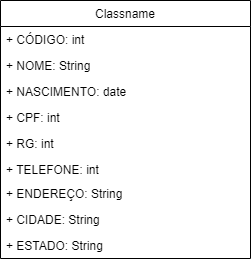
Above: Untitled Diagram.drawio.png in joao100101/Engenharia-De-Software (draw.io), before the change. Source tidied: cells renumbered, new cells last; positions are measured from the earlier drawing's top-left corner, leaving out a move shared by most shapes.
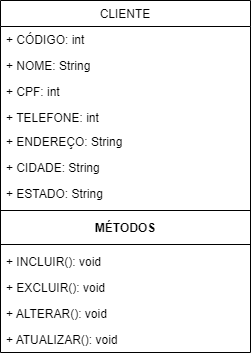
The same diagram one commit later.

Commit message:
Diagrama de Classe

What changed in the source:
```diff
@@ -2,8 +2,8 @@
   <root>
     <mxCell id="0" />
     <mxCell id="1" parent="0" />
-    <mxCell id="2" value="Classname" style="swimlane;fontStyle=0;horizontal=1;startSize=26;fillColor=none;" parent="1" vertex="1">
-      <mxGeometry width="250" height="258" as="geometry" />
+    <mxCell id="2" value="CLIENTE" style="swimlane;fontStyle=0;horizontal=1;startSize=26;fillColor=none;" parent="1" vertex="1">
+      <mxGeometry width="250" height="352" as="geometry" />
     </mxCell>
     <mxCell id="3" value="+ CÓDIGO: int" style="text;strokeColor=none;fillColor=none;align=left;verticalAlign=top;spacingLeft=4;spacingRight=4;overflow=hidden;" parent="2" vertex="1">
       <mxGeometry y="26" width="250" height="26" as="geometry" />
@@ -11,26 +11,41 @@
     <mxCell id="4" value="+ NOME: String" style="text;strokeColor=none;fillColor=none;align=left;verticalAlign=top;spacingLeft=4;spacingRight=4;overflow=hidden;" parent="2" vertex="1">
       <mxGeometry y="52" width="250" height="26" as="geometry" />
     </mxCell>
-    <mxCell id="5" value="+ NASCIMENTO: date" style="text;strokeColor=none;fillColor=none;align=left;verticalAlign=top;spacingLeft=4;spacingRight=4;overflow=hidden;" parent="2" vertex="1">
-      <mxGeometry y="78" width="250" height="26" as="geometry" />
-    </mxCell>
     <mxCell id="6" value="+ CPF: int" style="text;strokeColor=none;fillColor=none;align=left;verticalAlign=top;spacingLeft=4;spacingRight=4;overflow=hidden;" parent="2" vertex="1">
-      <mxGeometry y="104" width="250" height="26" as="geometry" />
+      <mxGeometry y="78" width="250" height="26" as="geometry" />
     </mxCell>
-    <mxCell id="7" value="+ RG: int" style="text;strokeColor=none;fillColor=none;align=left;verticalAlign=top;spacingLeft=4;spacingRight=4;overflow=hidden;" parent="2" vertex="1">
-      <mxGeometry y="130" width="250" height="26" as="geometry" />
-    </mxCell>
     <mxCell id="8" value="+ TELEFONE: int" style="text;strokeColor=none;fillColor=none;align=left;verticalAlign=top;spacingLeft=4;spacingRight=4;overflow=hidden;" parent="2" vertex="1">
-      <mxGeometry y="156" width="250" height="24" as="geometry" />
+      <mxGeometry y="104" width="250" height="24" as="geometry" />
     </mxCell>
     <mxCell id="9" value="+ ENDEREÇO: String" style="text;strokeColor=none;fillColor=none;align=left;verticalAlign=top;spacingLeft=4;spacingRight=4;overflow=hidden;" parent="2" vertex="1">
-      <mxGeometry y="180" width="250" height="26" as="geometry" />
+      <mxGeometry y="128" width="250" height="26" as="geometry" />
     </mxCell>
     <mxCell id="10" value="+ CIDADE: String" style="text;strokeColor=none;fillColor=none;align=left;verticalAlign=top;spacingLeft=4;spacingRight=4;overflow=hidden;" parent="2" vertex="1">
-      <mxGeometry y="206" width="250" height="26" as="geometry" />
+      <mxGeometry y="154" width="250" height="26" as="geometry" />
     </mxCell>
     <mxCell id="11" value="+ ESTADO: String" style="text;strokeColor=none;fillColor=none;align=left;verticalAlign=top;spacingLeft=4;spacingRight=4;overflow=hidden;" parent="2" vertex="1">
-      <mxGeometry y="232" width="250" height="26" as="geometry" />
+      <mxGeometry y="180" width="250" height="26" as="geometry" />
     </mxCell>
+    <mxCell id="12" style="line;strokeWidth=1;fillColor=none;align=left;verticalAlign=middle;spacingTop=-1;spacingLeft=3;spacingRight=3;labelPosition=right;" parent="2" vertex="1">
+      <mxGeometry y="206" width="250" height="8" as="geometry" />
+    </mxCell>
+    <mxCell id="13" value="MÉTODOS" style="text;align=center;fontStyle=1;verticalAlign=middle;spacingLeft=3;spacingRight=3;strokeColor=none;" parent="2" vertex="1">
+      <mxGeometry y="214" width="250" height="26" as="geometry" />
+    </mxCell>
+    <mxCell id="14" style="line;strokeWidth=1;fillColor=none;align=left;verticalAlign=middle;spacingTop=-1;spacingLeft=3;spacingRight=3;labelPosition=right;" parent="2" vertex="1">
+      <mxGeometry y="240" width="250" height="8" as="geometry" />
+    </mxCell>
+    <mxCell id="15" value="+ INCLUIR(): void" style="text;strokeColor=none;fillColor=none;align=left;verticalAlign=top;spacingLeft=4;spacingRight=4;overflow=hidden;" parent="2" vertex="1">
+      <mxGeometry y="248" width="250" height="26" as="geometry" />
+    </mxCell>
+    <mxCell id="16" value="+ EXCLUIR(): void" style="text;strokeColor=none;fillColor=none;align=left;verticalAlign=top;spacingLeft=4;spacingRight=4;overflow=hidden;" parent="2" vertex="1">
+      <mxGeometry y="274" width="250" height="26" as="geometry" />
+    </mxCell>
+    <mxCell id="17" value="+ ALTERAR(): void" style="text;strokeColor=none;fillColor=none;align=left;verticalAlign=top;spacingLeft=4;spacingRight=4;overflow=hidden;" parent="2" vertex="1">
+      <mxGeometry y="300" width="250" height="26" as="geometry" />
+    </mxCell>
+    <mxCell id="18" value="+ ATUALIZAR(): void" style="text;strokeColor=none;fillColor=none;align=left;verticalAlign=top;spacingLeft=4;spacingRight=4;overflow=hidden;" parent="2" vertex="1">
+      <mxGeometry y="326" width="250" height="26" as="geometry" />
+    </mxCell>
   </root>
 </mxGraphModel>
```
